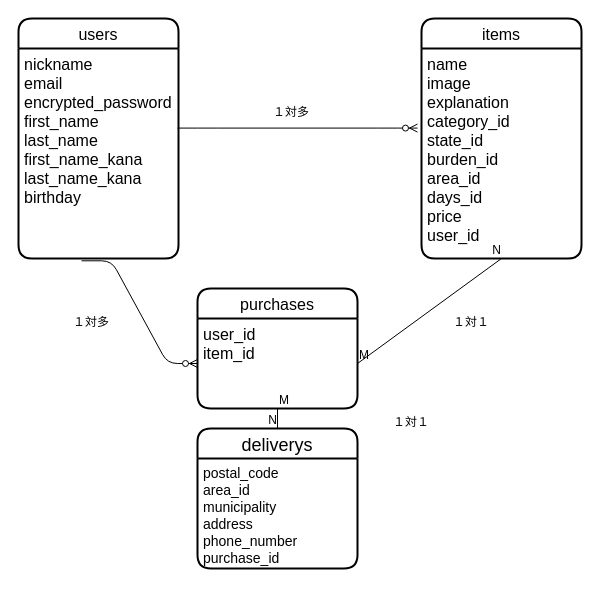
This is er.dio from sango735/furima-33947, a draw.io file, before an edit. Source tidied: cells renumbered, new cells numbered last; positions are measured from the earlier drawing's top-left corner, leaving out a move shared by most shapes. Both pictures are drawn from the tidied source at 100%, with x=0, y=0 at pixel (18, 18).
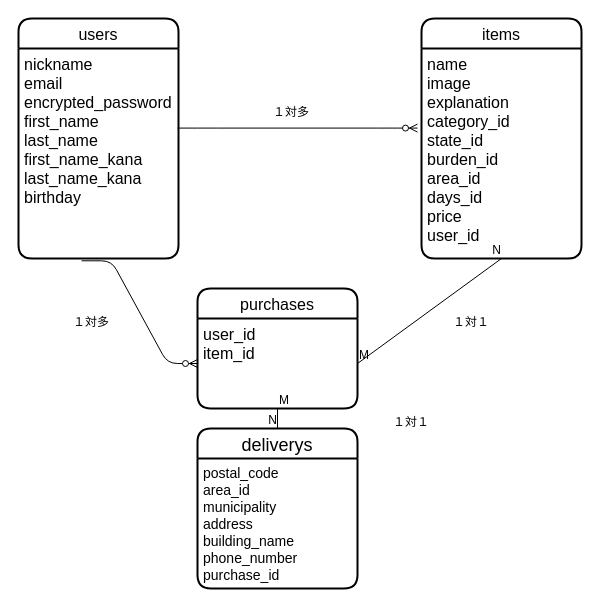
The same page after the edit.

Commit message (it also covers changes not shown here):
建物名のカラム追記

Change to the diagram source:
```diff
@@
     <mxCell id="4" value="deliverys" style="swimlane;horizontal=1;startSize=30;rounded=1;fontSize=18;fontStyle=0;strokeWidth=2;shadow=0;dashed=0;align=center;" parent="1" vertex="1">
-      <mxGeometry x="179" y="410" width="160" height="140" as="geometry" />
+      <mxGeometry x="179" y="410" width="160" height="160" as="geometry" />
     </mxCell>
-    <mxCell id="5" value="postal_code&#10;area_id&#10;municipality&#10;address&#10;phone_number&#10;purchase_id" style="align=left;strokeColor=none;fillColor=none;spacingLeft=4;fontSize=14;verticalAlign=top;" parent="4" vertex="1">
-      <mxGeometry y="30" width="160" height="110" as="geometry" />
+    <mxCell id="5" value="postal_code&#10;area_id&#10;municipality&#10;address&#10;building_name&#10;phone_number&#10;purchase_id" style="align=left;strokeColor=none;fillColor=none;spacingLeft=4;fontSize=14;verticalAlign=top;" parent="4" vertex="1">
+      <mxGeometry y="30" width="160" height="130" as="geometry" />
     </mxCell>
```
